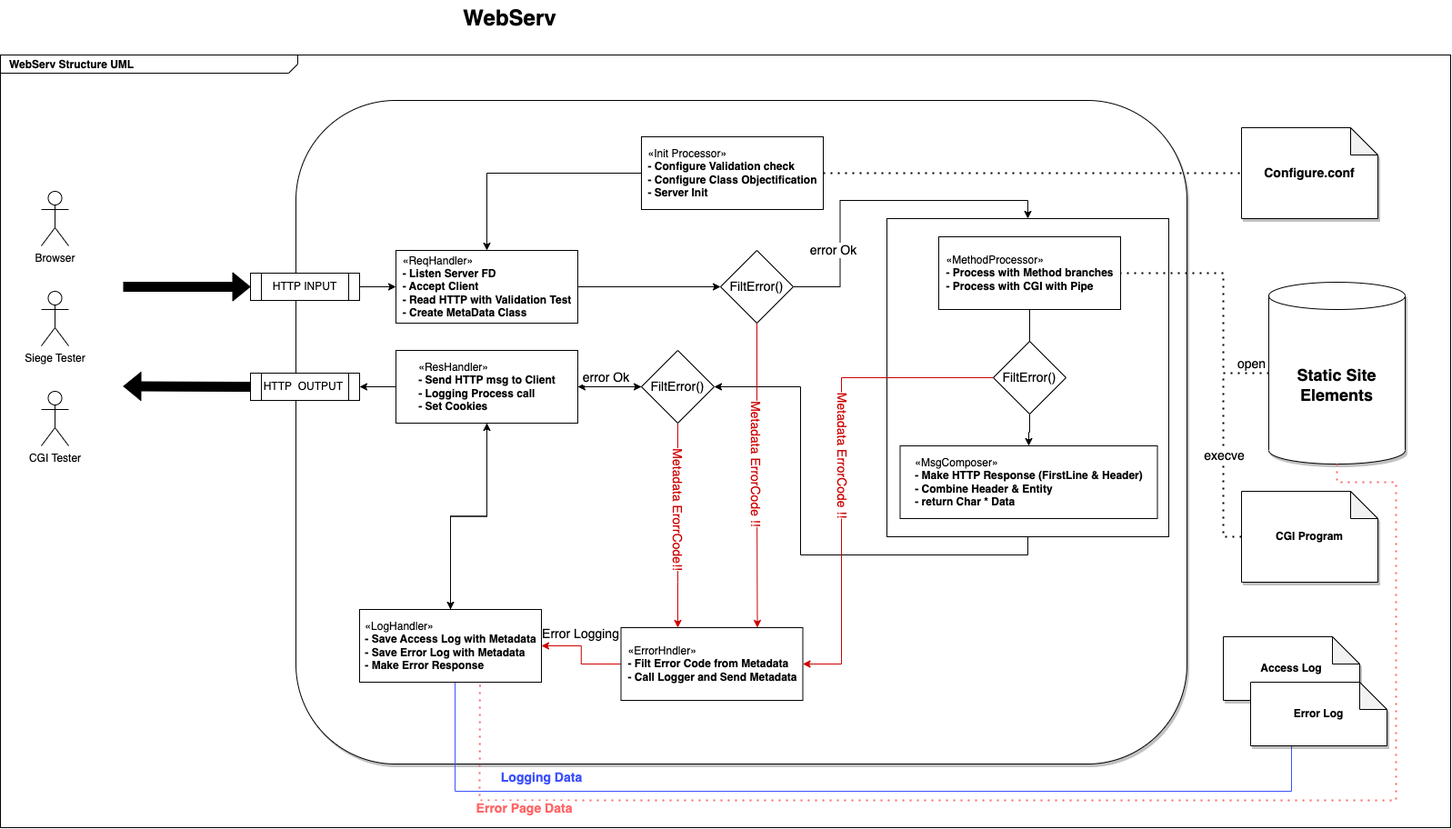
Above: imgsrc/WebServ-Structure.drawio.png in FareWellWebServer/webserv (draw.io), before the change. Source tidied: cells renumbered, new cells last; positions are measured from the earlier drawing's top-left corner, leaving out a move shared by most shapes.
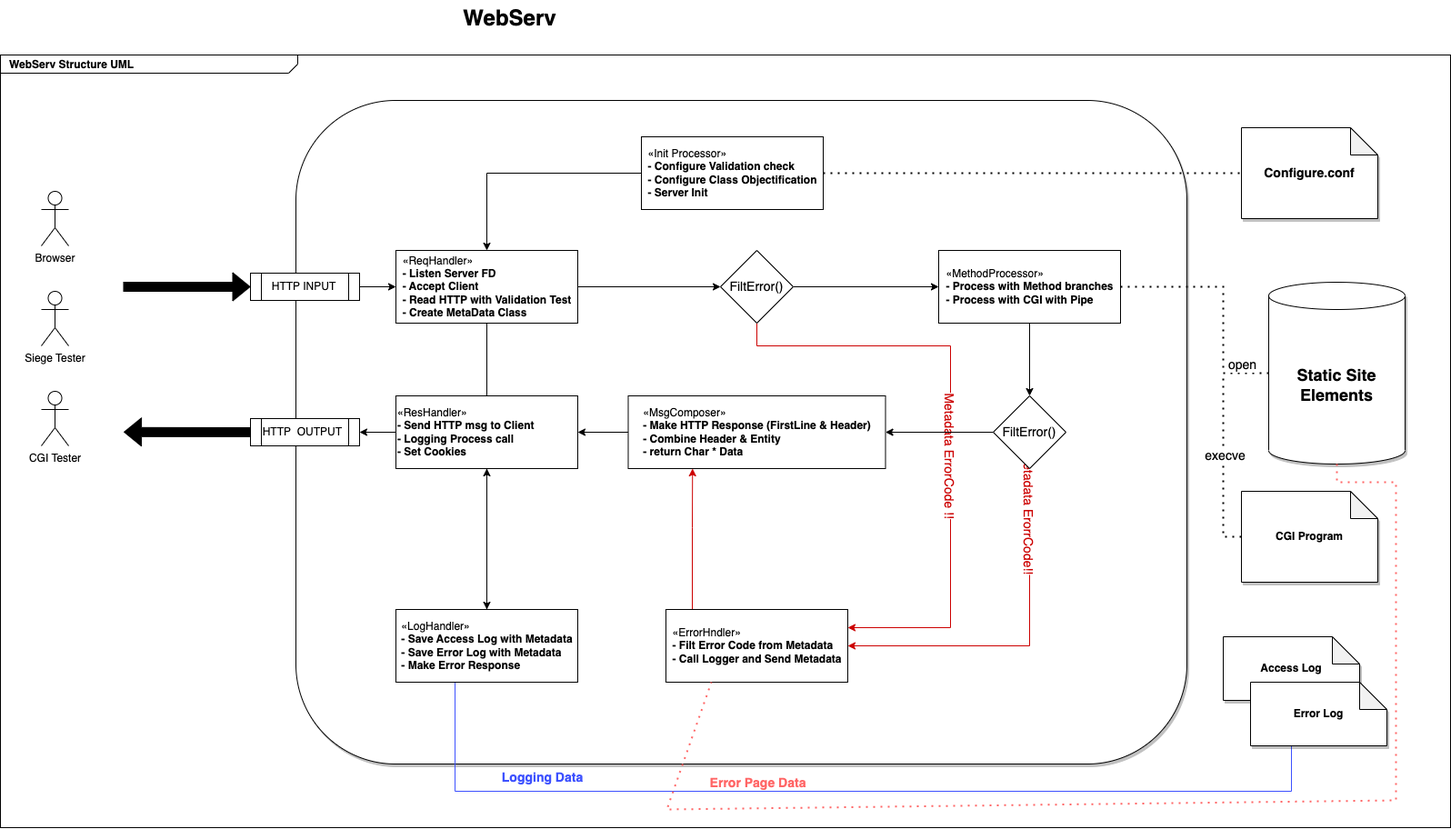
Above is the later version.

Commit message:
DOCS : Finish structure and class

The edit, as a diff of the source:
```diff
@@ -38,7 +38,7 @@
     <mxCell id="13" value="HTTP INPUT" style="shape=process;whiteSpace=wrap;html=1;backgroundOutline=1;" parent="1" vertex="1">
       <mxGeometry x="275" y="300" width="120" height="30" as="geometry" />
     </mxCell>
-    <mxCell id="14" value="HTTP&amp;nbsp; OUTPUT&amp;nbsp;" style="shape=process;whiteSpace=wrap;html=1;backgroundOutline=1;" parent="1" vertex="1">
+    <mxCell id="14" value="HTTP&amp;nbsp; OUTPUT&amp;nbsp;" style="shape=process;whiteSpace=wrap;html=1;backgroundOutline=1;align=center;" parent="1" vertex="1">
       <mxGeometry x="275" y="410" width="120" height="30" as="geometry" />
     </mxCell>
     <mxCell id="15" style="edgeStyle=orthogonalEdgeStyle;rounded=0;jettySize=auto;html=1;entryX=1;entryY=0.5;entryDx=0;entryDy=0;fontSize=14;exitX=0.5;exitY=1;exitDx=0;exitDy=0;" parent="1" edge="1" source="16" target="38">
@@ -50,13 +50,10 @@
     <mxCell id="17" style="edgeStyle=orthogonalEdgeStyle;rounded=0;jettySize=auto;html=1;fontSize=14;" parent="1" edge="1" source="20" target="14">
       <mxGeometry relative="1" as="geometry" />
     </mxCell>
-    <mxCell id="18" style="edgeStyle=orthogonalEdgeStyle;rounded=0;jettySize=auto;html=1;fontSize=14;" parent="1" edge="1" source="20" target="38">
-      <mxGeometry relative="1" as="geometry" />
-    </mxCell>
     <mxCell id="19" style="edgeStyle=orthogonalEdgeStyle;rounded=0;jettySize=auto;html=1;entryX=0.5;entryY=0;entryDx=0;entryDy=0;fontSize=14;" parent="1" edge="1" source="20" target="54">
       <mxGeometry relative="1" as="geometry" />
     </mxCell>
-    <mxCell id="20" value="&lt;div style=&quot;text-align: left;&quot;&gt;&lt;span style=&quot;background-color: initial;&quot;&gt;«ResHandler»&lt;/span&gt;&lt;/div&gt;&lt;b&gt;&lt;div style=&quot;text-align: left;&quot;&gt;&lt;b style=&quot;background-color: initial;&quot;&gt;- Send HTTP msg to Client&lt;/b&gt;&lt;/div&gt;&lt;/b&gt;&lt;div style=&quot;text-align: left;&quot;&gt;&lt;span style=&quot;background-color: initial;&quot;&gt;&lt;b&gt;- Logging Process call&lt;br&gt;- Set Cookies&lt;/b&gt;&lt;/span&gt;&lt;/div&gt;" style="html=1;" parent="1" vertex="1">
+    <mxCell id="20" value="&lt;div style=&quot;&quot;&gt;&lt;span style=&quot;background-color: initial;&quot;&gt;«ResHandler»&lt;/span&gt;&lt;/div&gt;&lt;b&gt;&lt;div style=&quot;&quot;&gt;&lt;b style=&quot;background-color: initial;&quot;&gt;- Send HTTP msg to Client&lt;/b&gt;&lt;/div&gt;&lt;/b&gt;&lt;div style=&quot;&quot;&gt;&lt;span style=&quot;background-color: initial;&quot;&gt;&lt;b&gt;- Logging Process call&lt;br&gt;- Set Cookies&lt;/b&gt;&lt;/span&gt;&lt;/div&gt;" style="html=1;align=left;" parent="1" vertex="1">
       <mxGeometry x="435" y="385" width="200" height="80" as="geometry" />
     </mxCell>
     <mxCell id="21" style="edgeStyle=orthogonalEdgeStyle;rounded=0;jettySize=auto;html=1;fontSize=14;startArrow=none;" parent="1" edge="1" source="51" target="23">
@@ -66,7 +63,7 @@
       <mxGeometry x="1032" y="260" width="200" height="80" as="geometry" />
     </mxCell>
     <mxCell id="23" value="&lt;div style=&quot;text-align: left;&quot;&gt;&lt;span style=&quot;background-color: initial;&quot;&gt;«MsgComposer»&lt;/span&gt;&lt;/div&gt;&lt;b&gt;&lt;div style=&quot;text-align: left;&quot;&gt;&lt;b style=&quot;background-color: initial;&quot;&gt;- Make HTTP Response (FirstLine &amp;amp; Header)&lt;/b&gt;&lt;/div&gt;&lt;/b&gt;&lt;div style=&quot;text-align: left;&quot;&gt;&lt;span style=&quot;background-color: initial;&quot;&gt;&lt;b&gt;- Combine Header &amp;amp; Entity&lt;br&gt;- return Char * Data&amp;nbsp;&lt;/b&gt;&lt;/span&gt;&lt;/div&gt;" style="html=1;" parent="1" vertex="1">
-      <mxGeometry x="989.5" y="490" width="283" height="80" as="geometry" />
+      <mxGeometry x="990.5" y="490" width="283" height="80" as="geometry" />
     </mxCell>
     <mxCell id="24" style="edgeStyle=orthogonalEdgeStyle;rounded=0;jettySize=auto;html=1;fontSize=14;fillColor=#0D8EFF;strokeColor=#3D51FF;" parent="1" edge="1" source="54" target="47">
       <mxGeometry relative="1" as="geometry">
@@ -109,14 +106,6 @@
     <mxCell id="33" value="FiltError()" style="rhombus;whiteSpace=wrap;html=1;fontSize=14;" parent="1" vertex="1">
       <mxGeometry x="792" y="275" width="80" height="80" as="geometry" />
     </mxCell>
-    <mxCell id="34" style="edgeStyle=orthogonalEdgeStyle;rounded=0;jettySize=auto;html=1;fontSize=14;" parent="1" edge="1" source="38" target="20">
-      <mxGeometry relative="1" as="geometry" />
-    </mxCell>
-    <mxCell id="35" value="error Ok" style="edgeLabel;html=1;align=center;verticalAlign=middle;fontSize=14;" parent="34" vertex="1">
-      <mxGeometry x="-0.21" y="-2" relative="1" as="geometry">
-        <mxPoint x="-12" y="-8" as="offset" />
-      </mxGeometry>
-    </mxCell>
     <mxCell id="36" style="edgeStyle=orthogonalEdgeStyle;rounded=0;jettySize=auto;html=1;fontSize=14;strokeColor=#CC0000;" parent="1" edge="1" source="38" target="41">
       <mxGeometry relative="1" as="geometry">
         <Array as="points">
@@ -130,17 +119,15 @@
         <mxPoint x="-2" y="49" as="offset" />
       </mxGeometry>
     </mxCell>
+    <mxCell id="34" style="edgeStyle=orthogonalEdgeStyle;rounded=0;jettySize=auto;html=1;" parent="1" edge="1" source="38" target="20">
+      <mxGeometry relative="1" as="geometry" />
+    </mxCell>
     <mxCell id="38" value="FiltError()" style="rhombus;whiteSpace=wrap;html=1;fontSize=14;" parent="1" vertex="1">
       <mxGeometry x="705" y="385" width="80" height="80" as="geometry" />
     </mxCell>
-    <mxCell id="39" style="edgeStyle=orthogonalEdgeStyle;rounded=0;jettySize=auto;html=1;fontSize=14;entryX=1;entryY=0.5;entryDx=0;entryDy=0;strokeColor=#CC0000;" parent="1" edge="1" source="41" target="54">
+    <mxCell id="39" style="edgeStyle=orthogonalEdgeStyle;rounded=0;jettySize=auto;html=1;fontSize=14;entryX=0.894;entryY=1.05;entryDx=0;entryDy=0;strokeColor=#CC0000;entryPerimeter=0;" parent="1" edge="1" source="41" target="20">
       <mxGeometry relative="1" as="geometry" />
     </mxCell>
-    <mxCell id="40" value="Error Logging" style="edgeLabel;html=1;align=center;verticalAlign=middle;fontSize=14;" parent="39" vertex="1">
-      <mxGeometry x="-0.07" y="-2" relative="1" as="geometry">
-        <mxPoint x="-3" y="-27" as="offset" />
-      </mxGeometry>
-    </mxCell>
     <mxCell id="41" value="&lt;div style=&quot;text-align: left;&quot;&gt;&lt;span style=&quot;background-color: initial;&quot;&gt;«ErrorHndler»&lt;/span&gt;&lt;/div&gt;&lt;b&gt;&lt;div style=&quot;text-align: left;&quot;&gt;&lt;b style=&quot;background-color: initial;&quot;&gt;- Filt Error Code from Metadata&lt;/b&gt;&lt;/div&gt;&lt;/b&gt;&lt;div style=&quot;text-align: left;&quot;&gt;&lt;span style=&quot;background-color: initial;&quot;&gt;&lt;b&gt;- Call Logger and Send Metadata&lt;br&gt;&lt;/b&gt;&lt;/span&gt;&lt;/div&gt;" style="html=1;" parent="1" vertex="1">
       <mxGeometry x="682.5" y="690" width="200" height="80" as="geometry" />
     </mxCell>
@@ -202,19 +189,19 @@
     <mxCell id="54" value="&lt;div style=&quot;text-align: left;&quot;&gt;&lt;span style=&quot;background-color: initial;&quot;&gt;«LogHandler»&lt;/span&gt;&lt;/div&gt;&lt;b&gt;&lt;div style=&quot;text-align: left;&quot;&gt;&lt;b style=&quot;background-color: initial;&quot;&gt;- Save Access Log with Metadata&lt;/b&gt;&lt;/div&gt;&lt;/b&gt;&lt;div style=&quot;text-align: left;&quot;&gt;&lt;span style=&quot;background-color: initial;&quot;&gt;&lt;b&gt;- Save Error Log with Metadata&lt;br&gt;- Make Error Response&lt;/b&gt;&lt;/span&gt;&lt;/div&gt;" style="html=1;" parent="1" vertex="1">
       <mxGeometry x="395" y="670" width="200" height="80" as="geometry" />
     </mxCell>
-    <mxCell id="55" style="endArrow=none;dashed=1;html=1;dashPattern=1 3;strokeWidth=2;rounded=0;fontSize=14;entryX=0.662;entryY=0.99;entryDx=0;entryDy=0;entryPerimeter=0;exitX=0.5;exitY=1;exitDx=0;exitDy=0;exitPerimeter=0;strokeColor=#FF6666;" parent="1" edge="1" source="28" target="54">
+    <mxCell id="55" style="endArrow=none;dashed=1;html=1;dashPattern=1 3;strokeWidth=2;rounded=0;fontSize=14;entryX=0.25;entryY=1;entryDx=0;entryDy=0;exitX=0.5;exitY=1;exitDx=0;exitDy=0;exitPerimeter=0;strokeColor=#FF6666;" parent="1" edge="1" source="28" target="41">
       <mxGeometry relative="1" as="geometry">
         <Array as="points">
           <mxPoint x="1470" y="530" />
           <mxPoint x="1535" y="530" />
           <mxPoint x="1535" y="880" />
-          <mxPoint x="527" y="880" />
+          <mxPoint x="733" y="890" />
         </Array>
       </mxGeometry>
     </mxCell>
     <mxCell id="56" value="&lt;b&gt;&lt;font color=&quot;#ff6666&quot;&gt;Error Page Data&lt;/font&gt;&lt;/b&gt;" style="edgeLabel;html=1;align=center;verticalAlign=middle;fontSize=14;" parent="55" vertex="1">
       <mxGeometry x="0.94" y="-4" relative="1" as="geometry">
-        <mxPoint x="44" y="90" as="offset" />
+        <mxPoint x="61" y="67" as="offset" />
       </mxGeometry>
     </mxCell>
     <mxCell id="57" style="shape=flexArrow;endArrow=classic;html=1;rounded=0;shadow=0;strokeColor=#000000;fontSize=14;fontColor=#CC0000;fillColor=#000000;entryX=0;entryY=0.5;entryDx=0;entryDy=0;" parent="1" edge="1" target="13">
```
